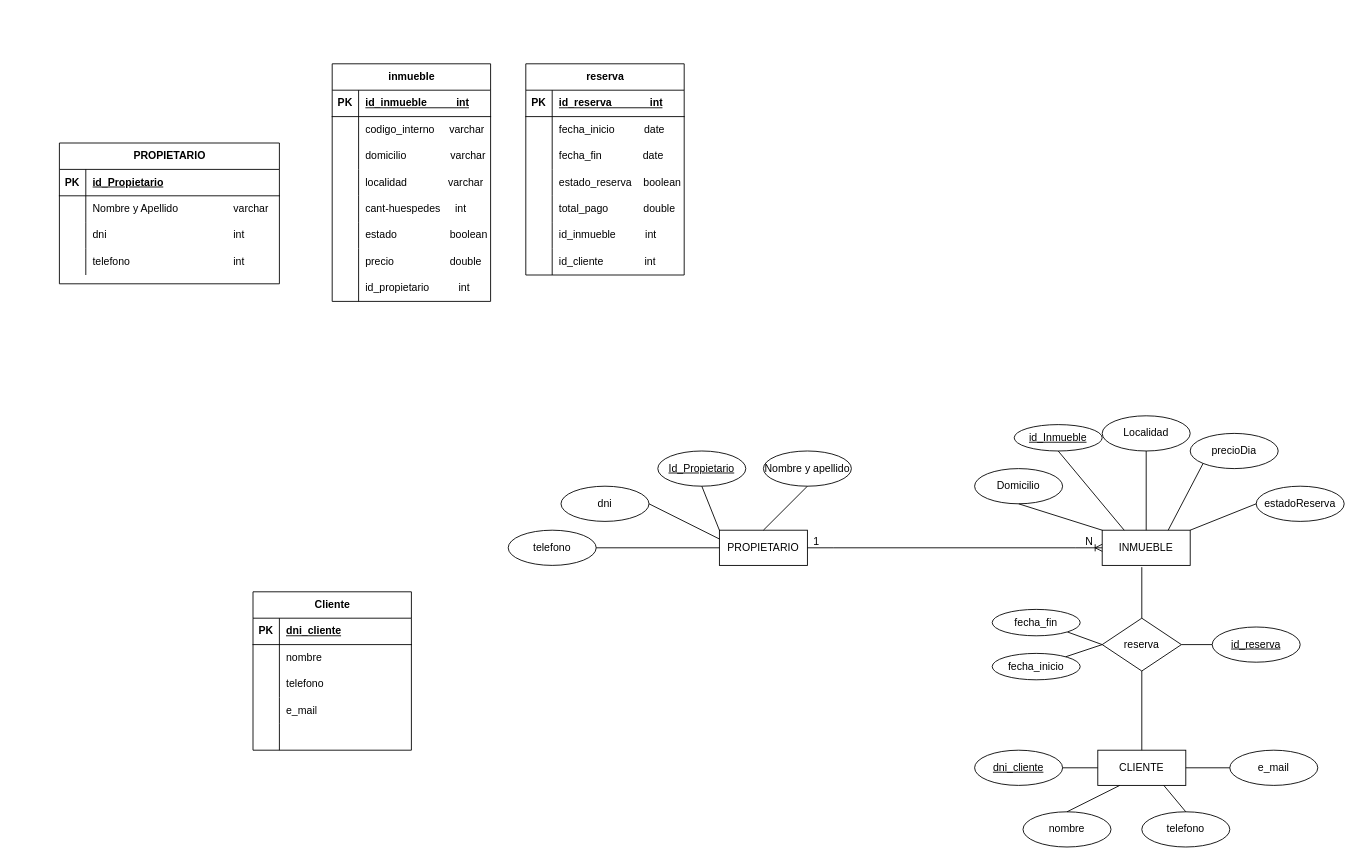
Above: Diagrama sin título.drawio in carbai3/ABD_EJERCICIO1 (draw.io), before the change. Source tidied: cells renumbered, new cells numbered last; positions are measured from the earlier drawing's top-left corner, leaving out a move shared by most shapes. Both pictures are drawn from the tidied source at 88%, with x=0, y=0 at pixel (59, 63).
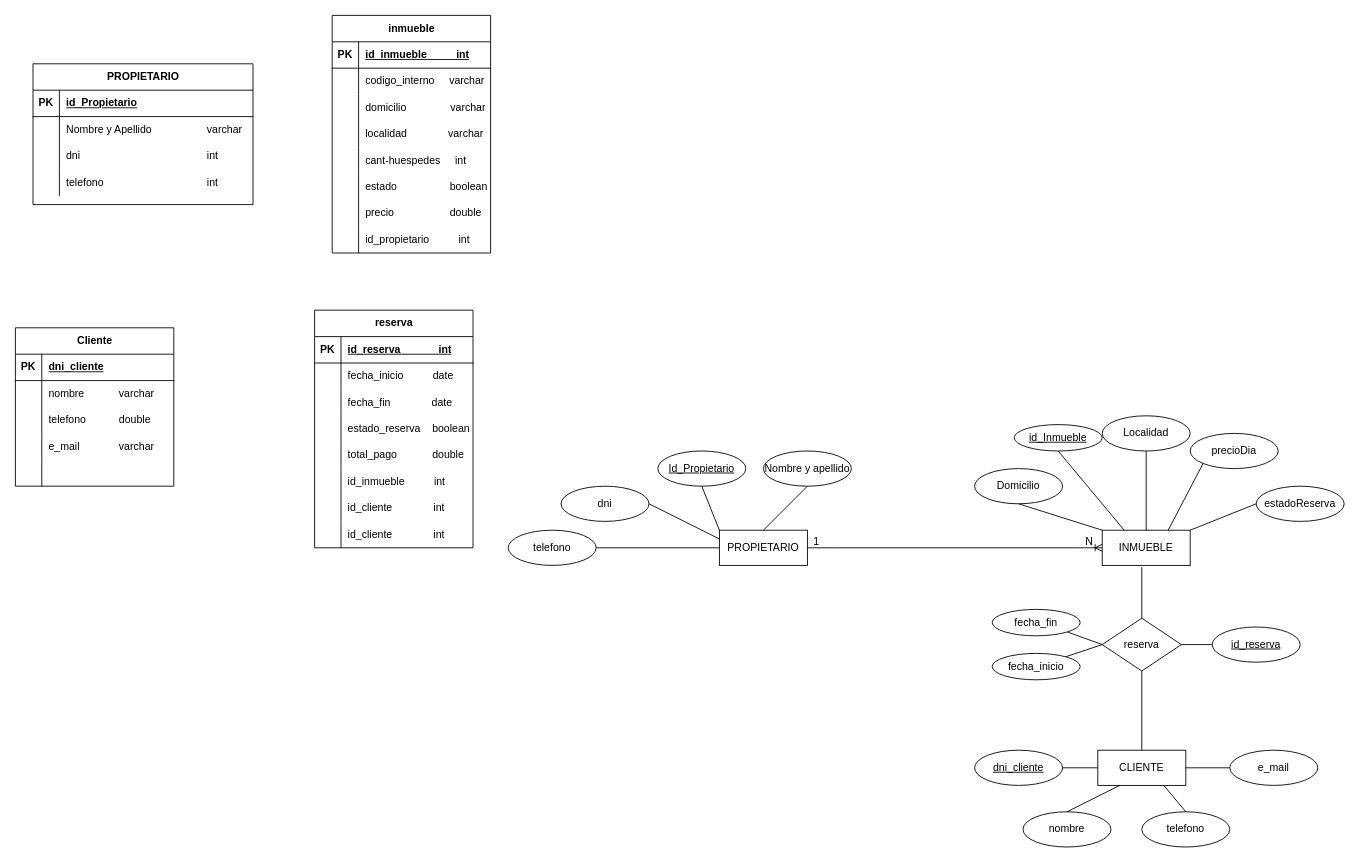
After the change.

The change refers to these unchanged cells:
```xml
<mxCell id="104" style="shape=tableRow;horizontal=0;startSize=0;swimlaneHead=0;swimlaneBody=0;fillColor=none;top=0;left=0;right=0;bottom=0;" parent="100" vertex="1">
  <mxGeometry y="60" width="180" height="30" as="geometry" />
</mxCell>
<mxCell id="107" style="shape=tableRow;horizontal=0;startSize=0;swimlaneHead=0;swimlaneBody=0;fillColor=none;top=0;left=0;right=0;bottom=0;" parent="100" vertex="1">
  <mxGeometry y="90" width="180" height="30" as="geometry" />
</mxCell>
<mxCell id="110" style="shape=tableRow;horizontal=0;startSize=0;swimlaneHead=0;swimlaneBody=0;fillColor=none;top=0;left=0;right=0;bottom=0;" parent="100" vertex="1">
  <mxGeometry y="120" width="180" height="30" as="geometry" />
</mxCell>
```

Change to the diagram source:
```diff
@@
     <mxCell id="20" value="inmueble" style="shape=table;startSize=30;childLayout=tableLayout;rowLines=0;fontStyle=1;align=center;html=1;" parent="1" vertex="1">
-      <mxGeometry x="310" width="180" height="270" as="geometry" />
+      <mxGeometry x="310" y="-55" width="180" height="270" as="geometry" />
     </mxCell>
@@
     <mxCell id="46" value="PROPIETARIO" style="shape=table;startSize=30;childLayout=tableLayout;rowLines=0;fontStyle=1;align=center;html=1;" parent="1" vertex="1">
-      <mxGeometry y="90" width="250" height="160" as="geometry" />
+      <mxGeometry x="-30" width="250" height="160" as="geometry" />
     </mxCell>
@@
     <mxCell id="59" value="reserva" style="shape=table;startSize=30;childLayout=tableLayout;rowLines=0;fontStyle=1;align=center;html=1;" parent="1" vertex="1">
-      <mxGeometry x="530" width="180" height="240" as="geometry" />
+      <mxGeometry x="290" y="280" width="180" height="270" as="geometry" />
     </mxCell>
@@
+    <mxCell id="120" style="shape=tableRow;horizontal=0;startSize=0;swimlaneHead=0;swimlaneBody=0;fillColor=none;top=0;left=0;right=0;bottom=0;" parent="59" vertex="1">
+      <mxGeometry y="210" width="180" height="30" as="geometry" />
+    </mxCell>
+    <mxCell id="121" style="shape=partialRectangle;fillColor=none;top=0;left=0;bottom=0;right=0;overflow=hidden;whiteSpace=wrap;html=1;" parent="120" vertex="1">
+      <mxGeometry width="30" height="30" as="geometry" />
+    </mxCell>
+    <mxCell id="122" value="id_cliente&amp;nbsp; &amp;nbsp; &amp;nbsp; &amp;nbsp; &amp;nbsp; &amp;nbsp; &amp;nbsp; int" style="shape=partialRectangle;fillColor=none;top=0;left=0;bottom=0;right=0;align=left;spacingLeft=6;overflow=hidden;whiteSpace=wrap;html=1;" parent="120" vertex="1">
+      <mxGeometry x="30" width="150" height="30" as="geometry" />
+    </mxCell>
     <mxCell id="78" style="shape=tableRow;horizontal=0;startSize=0;swimlaneHead=0;swimlaneBody=0;fillColor=none;top=0;left=0;right=0;bottom=0;" parent="59" vertex="1">
-      <mxGeometry y="210" width="180" height="30" as="geometry" />
+      <mxGeometry y="240" width="180" height="30" as="geometry" />
     </mxCell>
@@
     <mxCell id="100" value="Cliente" style="shape=table;startSize=30;childLayout=tableLayout;rowLines=0;fontStyle=1;align=center;html=1;" parent="1" vertex="1">
-      <mxGeometry x="220" y="600" width="180" height="180" as="geometry" />
+      <mxGeometry x="-50" y="300" width="180" height="180" as="geometry" />
     </mxCell>
@@
-    <mxCell id="106" value="nombre" style="shape=partialRectangle;fillColor=none;top=0;left=0;bottom=0;right=0;align=left;spacingLeft=6;overflow=hidden;whiteSpace=wrap;html=1;" parent="104" vertex="1">
+    <mxCell id="106" value="nombre&lt;span style=&quot;white-space: pre;&quot;&gt;&#9;&lt;/span&gt;&lt;span style=&quot;white-space: pre;&quot;&gt;&#9;&lt;/span&gt;varchar" style="shape=partialRectangle;fillColor=none;top=0;left=0;bottom=0;right=0;align=left;spacingLeft=6;overflow=hidden;whiteSpace=wrap;html=1;" parent="104" vertex="1">
       <mxGeometry x="30" width="150" height="30" as="geometry" />
     </mxCell>
@@
-    <mxCell id="109" value="telefono" style="shape=partialRectangle;fillColor=none;top=0;left=0;bottom=0;right=0;align=left;spacingLeft=6;overflow=hidden;whiteSpace=wrap;html=1;" parent="107" vertex="1">
+    <mxCell id="109" value="telefono&lt;span style=&quot;white-space: pre;&quot;&gt;&#9;&lt;/span&gt;&lt;span style=&quot;white-space: pre;&quot;&gt;&#9;&lt;/span&gt;double" style="shape=partialRectangle;fillColor=none;top=0;left=0;bottom=0;right=0;align=left;spacingLeft=6;overflow=hidden;whiteSpace=wrap;html=1;" parent="107" vertex="1">
       <mxGeometry x="30" width="150" height="30" as="geometry" />
     </mxCell>
@@
-    <mxCell id="112" value="e_mail" style="shape=partialRectangle;fillColor=none;top=0;left=0;bottom=0;right=0;align=left;spacingLeft=6;overflow=hidden;whiteSpace=wrap;html=1;" parent="110" vertex="1">
+    <mxCell id="112" value="e_mail&lt;span style=&quot;white-space: pre;&quot;&gt;&#9;&lt;/span&gt;&lt;span style=&quot;white-space: pre;&quot;&gt;&#9;&lt;/span&gt;varchar" style="shape=partialRectangle;fillColor=none;top=0;left=0;bottom=0;right=0;align=left;spacingLeft=6;overflow=hidden;whiteSpace=wrap;html=1;" parent="110" vertex="1">
       <mxGeometry x="30" width="150" height="30" as="geometry" />
     </mxCell>
```
